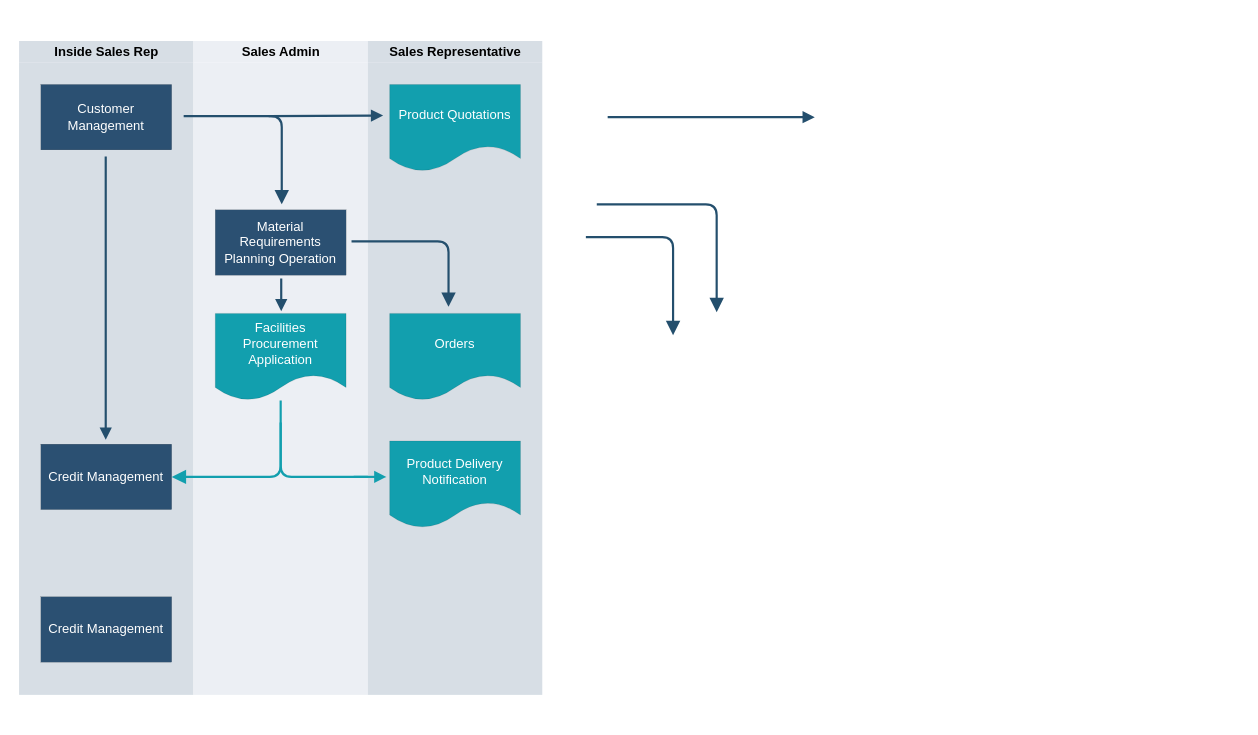
Before: Untitled Diagram.drawio in faridulccr/calculator, a draw.io diagram. Source tidied: cells renumbered, new cells numbered last; positions are measured from the earlier drawing's top-left corner, leaving out a move shared by most shapes. Both pictures are drawn from the tidied source at 109%, with x=0, y=0 at pixel (19, 19).
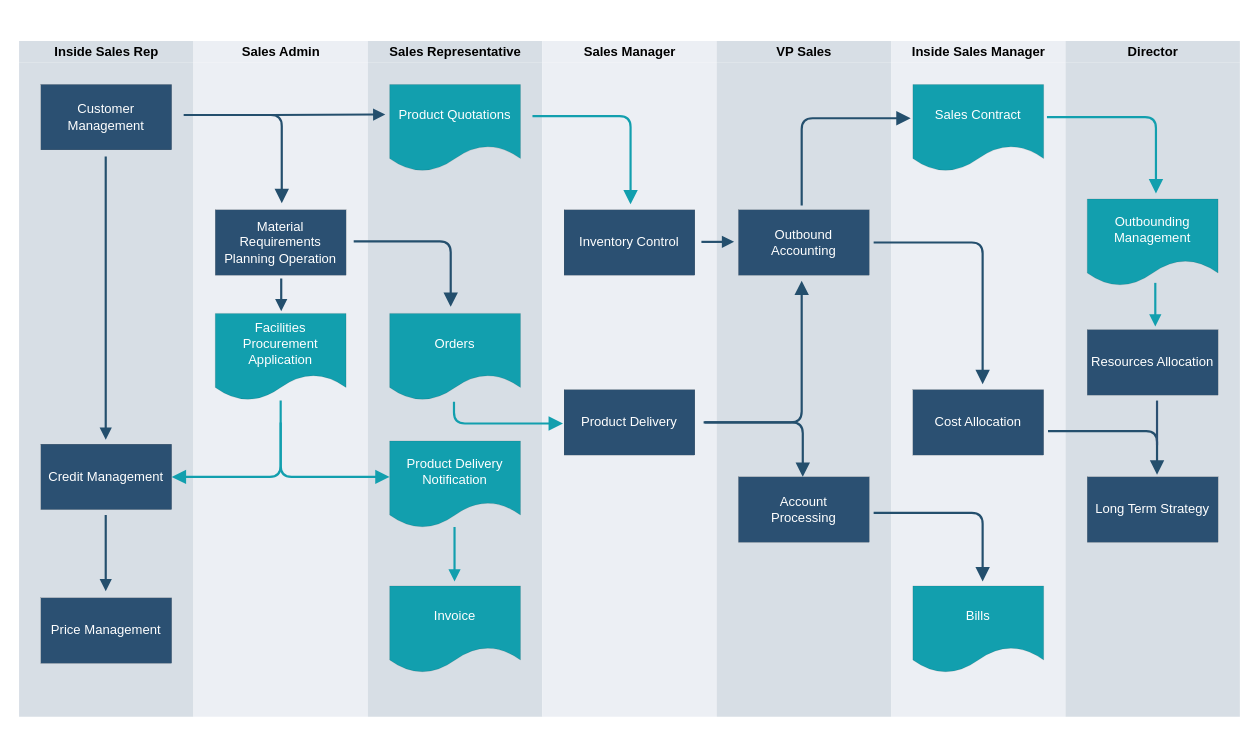
After the change.

Change to the diagram source:
```diff
@@
-    <mxCell id="2" style="swimlane;startSize=20;html=1;fillColor=#fff;strokeWidth=0;strokeColor=none;" parent="1" vertex="1">
-      <mxGeometry width="480" height="640" as="geometry" />
+    <mxCell id="2" style="swimlane;startSize=20;html=1;fillColor=#fff;strokeWidth=0;strokeColor=none;fillStyle=dots;" parent="1" vertex="1">
+      <mxGeometry width="1120" height="640" as="geometry" />
     </mxCell>
-    <mxCell id="3" value="Inside Sales Rep" style="swimlane;startSize=20;html=1;fillColor=#D7DEE5;strokeWidth=0;strokeColor=none;" parent="2" vertex="1">
+    <mxCell id="3" value="Inside Sales Rep" style="swimlane;startSize=20;html=1;fillColor=#D7DEE5;strokeWidth=0;strokeColor=none;swimlaneFillColor=#D7DEE5;" parent="2" vertex="1">
       <mxGeometry y="20" width="160" height="620" as="geometry" />
     </mxCell>
-    <mxCell id="4" style="rounded=0;whiteSpace=wrap;html=1;fontFamily=Helvetica;fontSize=11;fontColor=default;strokeColor=none;fillColor=#D7DEE5;strokeWidth=0;" parent="3" vertex="1">
-      <mxGeometry y="20" width="160" height="580" as="geometry" />
-    </mxCell>
@@
-    <mxCell id="7" value="&lt;font color=&quot;#ffffff&quot;&gt;Credit Management&lt;/font&gt;" style="rounded=0;whiteSpace=wrap;html=1;strokeWidth=0;perimeterSpacing=0;shadow=0;glass=0;imageWidth=20;fillColor=#2B5072;fillStyle=auto;" parent="3" vertex="1">
-      <mxGeometry x="20" y="510" width="120" height="60" as="geometry" />
+    <mxCell id="7" value="&lt;font color=&quot;#ffffff&quot;&gt;Price Management&lt;/font&gt;" style="rounded=0;whiteSpace=wrap;html=1;strokeWidth=0;perimeterSpacing=0;shadow=0;glass=0;imageWidth=20;fillColor=#2B5072;fillStyle=auto;" parent="3" vertex="1">
+      <mxGeometry x="20" y="511" width="120" height="60" as="geometry" />
     </mxCell>
+    <mxCell id="28" style="endArrow=block;html=1;rounded=0;labelBackgroundColor=default;strokeColor=#244F6D;strokeWidth=2;align=center;verticalAlign=middle;fontFamily=Helvetica;fontSize=11;fontColor=default;shape=connector;jumpStyle=none;endFill=1;" parent="3" edge="1">
+      <mxGeometry relative="1" as="geometry">
+        <mxPoint x="79.5" y="435" as="sourcePoint" />
+        <mxPoint x="79.5" y="505" as="targetPoint" />
+      </mxGeometry>
+    </mxCell>
-    <mxCell id="8" value="Sales Admin" style="swimlane;startSize=20;html=1;fillColor=#ECEFF4;strokeWidth=0;strokeColor=none;" parent="2" vertex="1">
+    <mxCell id="8" value="Sales Admin" style="swimlane;startSize=20;html=1;fillColor=#ECEFF4;strokeWidth=0;strokeColor=none;swimlaneFillColor=#ECEFF4;" parent="2" vertex="1">
       <mxGeometry x="160" y="20" width="160" height="620" as="geometry" />
     </mxCell>
-    <mxCell id="9" style="rounded=0;whiteSpace=wrap;html=1;fontFamily=Helvetica;fontSize=11;fillColor=#ECEFF4;strokeColor=none;strokeWidth=0;" parent="8" vertex="1">
-      <mxGeometry y="20" width="160" height="580" as="geometry" />
-    </mxCell>
     <mxCell id="10" style="edgeStyle=segmentEdgeStyle;endArrow=none;html=1;endSize=8;startSize=8;labelBackgroundColor=default;strokeColor=#244F6D;strokeWidth=2;align=center;verticalAlign=middle;fontFamily=Helvetica;fontSize=11;fontColor=default;shape=connector;jumpStyle=none;rounded=1;endFill=0;startArrow=block;startFill=1;" parent="8" edge="1">
       <mxGeometry relative="1" as="geometry">
-        <mxPoint x="81" y="150" as="sourcePoint" />
-        <mxPoint x="-9" y="69" as="targetPoint" />
+        <mxPoint x="81" y="149" as="sourcePoint" />
+        <mxPoint x="-9" y="68" as="targetPoint" />
         <Array as="points">
-          <mxPoint x="81" y="69" />
+          <mxPoint x="81" y="68" />
         </Array>
       </mxGeometry>
     </mxCell>
@@
-    <mxCell id="14" style="edgeStyle=segmentEdgeStyle;endArrow=block;html=1;endSize=8;startSize=8;labelBackgroundColor=default;strokeColor=#129FAE;strokeWidth=2;align=center;verticalAlign=middle;fontFamily=Helvetica;fontSize=11;fontColor=default;shape=connector;jumpStyle=none;rounded=1;endFill=1;startArrow=none;startFill=0;" parent="8" edge="1">
-      <mxGeometry relative="1" as="geometry">
-        <mxPoint x="80" y="350" as="sourcePoint" />
-        <mxPoint x="180" y="400" as="targetPoint" />
-        <Array as="points">
-          <mxPoint x="80" y="400" />
-        </Array>
-      </mxGeometry>
-    </mxCell>
-    <mxCell id="15" value="Sales Representative" style="swimlane;startSize=20;html=1;strokeWidth=0;strokeColor=none;fillColor=#D7DEE5;" parent="2" vertex="1">
+    <mxCell id="15" value="Sales Representative" style="swimlane;startSize=20;html=1;strokeWidth=0;strokeColor=none;fillColor=#D7DEE5;swimlaneFillColor=#D7DEE5;" parent="2" vertex="1">
       <mxGeometry x="320" y="20" width="160" height="620" as="geometry" />
     </mxCell>
-    <mxCell id="16" style="rounded=0;whiteSpace=wrap;html=1;fontFamily=Helvetica;fontSize=11;fontColor=default;strokeWidth=0;strokeColor=none;fillColor=#D7DEE5;" parent="15" vertex="1">
-      <mxGeometry y="20" width="160" height="580" as="geometry" />
-    </mxCell>
@@
-    <mxCell id="19" style="edgeStyle=segmentEdgeStyle;endArrow=none;html=1;endSize=8;startSize=8;labelBackgroundColor=default;strokeColor=#244F6D;strokeWidth=2;align=center;verticalAlign=middle;fontFamily=Helvetica;fontSize=11;fontColor=default;shape=connector;jumpStyle=none;rounded=1;endFill=0;startArrow=block;startFill=1;" parent="1" edge="1">
-      <mxGeometry relative="1" as="geometry">
-        <mxPoint x="640" y="269" as="sourcePoint" />
-        <mxPoint x="530" y="170" as="targetPoint" />
-        <Array as="points">
-          <mxPoint x="640" y="269" />
-          <mxPoint x="640" y="170" />
-        </Array>
-      </mxGeometry>
-    </mxCell>
+    <mxCell id="29" value="&lt;font color=&quot;#ffffff&quot;&gt;Invoice&lt;/font&gt;" style="shape=document;whiteSpace=wrap;html=1;boundedLbl=1;strokeWidth=0;fillColor=#129FAE;align=center;" parent="15" vertex="1">
+      <mxGeometry x="20" y="500" width="120" height="80" as="geometry" />
+    </mxCell>
+    <mxCell id="30" style="endArrow=block;html=1;rounded=0;labelBackgroundColor=default;strokeColor=#129FAE;strokeWidth=2;align=center;verticalAlign=middle;fontFamily=Helvetica;fontSize=11;fontColor=default;shape=connector;jumpStyle=none;endFill=1;" parent="15" edge="1">
+      <mxGeometry relative="1" as="geometry">
+        <mxPoint x="79.5" y="446" as="sourcePoint" />
+        <mxPoint x="79.5" y="496" as="targetPoint" />
+      </mxGeometry>
+    </mxCell>
+    <mxCell id="14" style="edgeStyle=segmentEdgeStyle;endArrow=block;html=1;endSize=8;startSize=8;labelBackgroundColor=default;strokeColor=#129FAE;strokeWidth=2;align=center;verticalAlign=middle;fontFamily=Helvetica;fontSize=11;fontColor=default;shape=connector;jumpStyle=none;rounded=1;endFill=1;startArrow=none;startFill=0;" parent="15" edge="1">
+      <mxGeometry relative="1" as="geometry">
+        <mxPoint x="-80" y="350" as="sourcePoint" />
+        <mxPoint x="20" y="400" as="targetPoint" />
+        <Array as="points">
+          <mxPoint x="-80" y="400" />
+        </Array>
+      </mxGeometry>
+    </mxCell>
+    <mxCell id="31" value="Sales Manager" style="swimlane;startSize=20;html=1;fillColor=#ECEFF4;strokeWidth=0;strokeColor=none;swimlaneFillColor=#ECEFF4;swimlaneLine=0;rounded=0;shadow=0;glass=0;fillStyle=solid;separatorColor=none;swimlaneBody=0;swimlaneHead=0;horizontal=1;fillOpacity=100;strokeOpacity=100;overflow=visible;noLabel=0;labelPadding=0;direction=east;perimeter=rectanglePerimeter;absoluteArcSize=0;" parent="2" vertex="1">
+      <mxGeometry x="480" y="20" width="160" height="620" as="geometry" />
+    </mxCell>
+    <mxCell id="32" style="edgeStyle=segmentEdgeStyle;endArrow=none;html=1;endSize=8;startSize=8;labelBackgroundColor=default;strokeColor=#129FAE;strokeWidth=2;align=center;verticalAlign=middle;fontFamily=Helvetica;fontSize=11;fontColor=default;shape=connector;jumpStyle=none;rounded=1;endFill=0;startArrow=block;startFill=1;" parent="31" edge="1">
+      <mxGeometry relative="1" as="geometry">
+        <mxPoint x="81" y="150" as="sourcePoint" />
+        <mxPoint x="-9" y="69" as="targetPoint" />
+        <Array as="points">
+          <mxPoint x="81" y="69" />
+        </Array>
+      </mxGeometry>
+    </mxCell>
+    <mxCell id="33" value="&lt;font color=&quot;#ffffff&quot;&gt;Inventory Control&lt;/font&gt;" style="rounded=0;whiteSpace=wrap;html=1;strokeWidth=0;perimeterSpacing=0;shadow=0;glass=0;imageWidth=20;fillColor=#2B5072;fillStyle=auto;" parent="31" vertex="1">
+      <mxGeometry x="20" y="155" width="120" height="60" as="geometry" />
+    </mxCell>
+    <mxCell id="34" value="&lt;font color=&quot;#ffffff&quot;&gt;Product Delivery&lt;/font&gt;" style="rounded=0;whiteSpace=wrap;html=1;strokeWidth=0;perimeterSpacing=0;shadow=0;glass=0;imageWidth=20;fillColor=#2B5072;fillStyle=auto;" parent="31" vertex="1">
+      <mxGeometry x="20" y="320" width="120" height="60" as="geometry" />
+    </mxCell>
+    <mxCell id="35" style="edgeStyle=segmentEdgeStyle;endArrow=none;html=1;endSize=8;startSize=8;labelBackgroundColor=default;strokeColor=#129FAE;strokeWidth=2;align=center;verticalAlign=middle;fontFamily=Helvetica;fontSize=11;fontColor=default;shape=connector;jumpStyle=none;rounded=1;endFill=0;startArrow=block;startFill=1;" parent="31" edge="1">
+      <mxGeometry relative="1" as="geometry">
+        <mxPoint x="19" y="351" as="sourcePoint" />
+        <mxPoint x="-81" y="331" as="targetPoint" />
+      </mxGeometry>
+    </mxCell>
+    <mxCell id="36" value="VP Sales" style="swimlane;startSize=20;html=1;strokeWidth=0;strokeColor=none;fillColor=#D7DEE5;swimlaneFillColor=#D7DEE5;" parent="2" vertex="1">
+      <mxGeometry x="640" y="20" width="160" height="620" as="geometry" />
+    </mxCell>
+    <mxCell id="37" value="&lt;font style=&quot;font-size: 12px;&quot; color=&quot;#ffffff&quot;&gt;Outbound&lt;br&gt;Accounting&lt;/font&gt;" style="rounded=0;whiteSpace=wrap;html=1;strokeWidth=0;perimeterSpacing=0;shadow=0;glass=0;imageWidth=20;fillColor=#2B5072;fillStyle=auto;" parent="36" vertex="1">
+      <mxGeometry x="20" y="155" width="120" height="60" as="geometry" />
+    </mxCell>
+    <mxCell id="38" value="&lt;font color=&quot;#ffffff&quot;&gt;Account&lt;br&gt;Processing&lt;br&gt;&lt;/font&gt;" style="rounded=0;whiteSpace=wrap;html=1;strokeWidth=0;perimeterSpacing=0;shadow=0;glass=0;imageWidth=20;fillColor=#2B5072;fillStyle=auto;" parent="36" vertex="1">
+      <mxGeometry x="20" y="400" width="120" height="60" as="geometry" />
+    </mxCell>
+    <mxCell id="39" style="edgeStyle=segmentEdgeStyle;endArrow=none;html=1;endSize=8;startSize=8;labelBackgroundColor=default;strokeColor=#244F6D;strokeWidth=2;align=center;verticalAlign=middle;fontFamily=Helvetica;fontSize=11;fontColor=default;shape=connector;jumpStyle=none;rounded=1;endFill=0;startArrow=block;startFill=1;" parent="36" edge="1">
+      <mxGeometry relative="1" as="geometry">
+        <mxPoint x="78" y="220" as="sourcePoint" />
+        <mxPoint x="-12" y="350" as="targetPoint" />
+        <Array as="points">
+          <mxPoint x="78" y="350" />
+        </Array>
+      </mxGeometry>
+    </mxCell>
+    <mxCell id="40" style="edgeStyle=segmentEdgeStyle;endArrow=none;html=1;endSize=8;startSize=8;labelBackgroundColor=default;strokeColor=#244F6D;strokeWidth=2;align=center;verticalAlign=middle;fontFamily=Helvetica;fontSize=11;fontColor=default;shape=connector;jumpStyle=none;rounded=1;endFill=0;startArrow=block;startFill=1;" parent="36" edge="1">
+      <mxGeometry relative="1" as="geometry">
+        <mxPoint x="79" y="400" as="sourcePoint" />
+        <mxPoint x="-11" y="350" as="targetPoint" />
+        <Array as="points">
+          <mxPoint x="79" y="350" />
+        </Array>
+      </mxGeometry>
+    </mxCell>
+    <mxCell id="41" value="Inside Sales Manager" style="swimlane;startSize=20;html=1;fillColor=#ECEFF4;strokeWidth=0;strokeColor=none;swimlaneFillColor=#ECEFF4;" parent="2" vertex="1">
+      <mxGeometry x="800" y="20" width="160" height="620" as="geometry" />
+    </mxCell>
+    <mxCell id="42" value="&lt;font color=&quot;#ffffff&quot;&gt;Cost Allocation&lt;/font&gt;" style="rounded=0;whiteSpace=wrap;html=1;strokeWidth=0;perimeterSpacing=0;shadow=0;glass=0;imageWidth=20;fillColor=#2B5072;fillStyle=auto;" parent="41" vertex="1">
+      <mxGeometry x="20" y="320" width="120" height="60" as="geometry" />
+    </mxCell>
+    <mxCell id="43" value="&lt;font color=&quot;#ffffff&quot;&gt;Bills&lt;br&gt;&lt;/font&gt;" style="shape=document;whiteSpace=wrap;html=1;boundedLbl=1;strokeWidth=0;fillColor=#129FAE;" parent="41" vertex="1">
+      <mxGeometry x="20" y="500" width="120" height="80" as="geometry" />
+    </mxCell>
+    <mxCell id="44" style="endArrow=block;html=1;rounded=0;labelBackgroundColor=default;strokeColor=#244F6D;strokeWidth=2;align=center;verticalAlign=middle;fontFamily=Helvetica;fontSize=11;fontColor=default;shape=connector;jumpStyle=none;endFill=1;" parent="41" edge="1">
+      <mxGeometry relative="1" as="geometry">
+        <mxPoint x="-174" y="184.4" as="sourcePoint" />
+        <mxPoint x="-144" y="184.4" as="targetPoint" />
+      </mxGeometry>
+    </mxCell>
+    <mxCell id="45" value="&lt;font color=&quot;#ffffff&quot;&gt;Sales Contract&lt;/font&gt;" style="shape=document;whiteSpace=wrap;html=1;boundedLbl=1;strokeWidth=0;fillColor=#129FAE;" parent="41" vertex="1">
+      <mxGeometry x="20" y="40" width="120" height="80" as="geometry" />
+    </mxCell>
+    <mxCell id="46" style="edgeStyle=segmentEdgeStyle;endArrow=none;html=1;rounded=1;endSize=8;startSize=8;labelBackgroundColor=default;strokeColor=#244F6D;strokeWidth=2;align=center;verticalAlign=middle;fontFamily=Helvetica;fontSize=11;fontColor=default;shape=connector;jumpStyle=none;endFill=0;startArrow=block;startFill=1;" parent="41" edge="1">
+      <mxGeometry relative="1" as="geometry">
+        <mxPoint x="18" y="71" as="sourcePoint" />
+        <mxPoint x="-82" y="151" as="targetPoint" />
+      </mxGeometry>
+    </mxCell>
+    <mxCell id="47" style="edgeStyle=segmentEdgeStyle;endArrow=none;html=1;endSize=8;startSize=8;labelBackgroundColor=default;strokeColor=#244F6D;strokeWidth=2;align=center;verticalAlign=middle;fontFamily=Helvetica;fontSize=11;fontColor=default;shape=connector;jumpStyle=none;rounded=1;endFill=0;startArrow=block;startFill=1;" parent="41" edge="1">
+      <mxGeometry relative="1" as="geometry">
+        <mxPoint x="84" y="315" as="sourcePoint" />
+        <mxPoint x="-16" y="185" as="targetPoint" />
+        <Array as="points">
+          <mxPoint x="84" y="185" />
+        </Array>
+      </mxGeometry>
+    </mxCell>
-    <mxCell id="20" style="edgeStyle=segmentEdgeStyle;endArrow=none;html=1;endSize=8;startSize=8;labelBackgroundColor=default;strokeColor=#244F6D;strokeWidth=2;align=center;verticalAlign=middle;fontFamily=Helvetica;fontSize=11;fontColor=default;shape=connector;jumpStyle=none;rounded=1;endFill=0;startArrow=block;startFill=1;" parent="1" edge="1">
+    <mxCell id="20" style="edgeStyle=segmentEdgeStyle;endArrow=none;html=1;endSize=8;startSize=8;labelBackgroundColor=default;strokeColor=#244F6D;strokeWidth=2;align=center;verticalAlign=middle;fontFamily=Helvetica;fontSize=11;fontColor=default;shape=connector;jumpStyle=none;rounded=1;endFill=0;startArrow=block;startFill=1;" parent="41" edge="1">
       <mxGeometry relative="1" as="geometry">
-        <mxPoint x="600" y="290" as="sourcePoint" />
-        <mxPoint x="520" y="200" as="targetPoint" />
+        <mxPoint x="84" y="496" as="sourcePoint" />
+        <mxPoint x="-16" y="433" as="targetPoint" />
         <Array as="points">
-          <mxPoint x="600" y="200" />
+          <mxPoint x="84" y="433" />
         </Array>
       </mxGeometry>
     </mxCell>
+    <mxCell id="48" value="Director" style="swimlane;startSize=20;html=1;strokeWidth=0;strokeColor=none;fillColor=#D7DEE5;swimlaneFillColor=#D7DEE5;" parent="2" vertex="1">
+      <mxGeometry x="960" y="20" width="160" height="620" as="geometry" />
+    </mxCell>
+    <mxCell id="49" value="&lt;font color=&quot;#ffffff&quot;&gt;Outbounding Management&lt;/font&gt;" style="shape=document;whiteSpace=wrap;html=1;boundedLbl=1;strokeWidth=0;fillColor=#129FAE;" parent="48" vertex="1">
+      <mxGeometry x="20" y="145" width="120" height="80" as="geometry" />
+    </mxCell>
+    <mxCell id="50" value="&lt;font color=&quot;#ffffff&quot;&gt;Resources Allocation&lt;/font&gt;" style="rounded=0;whiteSpace=wrap;html=1;strokeWidth=0;perimeterSpacing=0;shadow=0;glass=0;imageWidth=20;fillColor=#2B5072;fillStyle=auto;" parent="48" vertex="1">
+      <mxGeometry x="20" y="265" width="120" height="60" as="geometry" />
+    </mxCell>
+    <mxCell id="51" value="&lt;font color=&quot;#ffffff&quot;&gt;Long Term Strategy&lt;/font&gt;" style="rounded=0;whiteSpace=wrap;html=1;strokeWidth=0;perimeterSpacing=0;shadow=0;glass=0;imageWidth=20;fillColor=#2B5072;fillStyle=auto;" parent="48" vertex="1">
+      <mxGeometry x="20" y="400" width="120" height="60" as="geometry" />
+    </mxCell>
+    <mxCell id="52" style="edgeStyle=segmentEdgeStyle;endArrow=none;html=1;endSize=8;startSize=8;labelBackgroundColor=default;strokeColor=#129FAE;strokeWidth=2;align=center;verticalAlign=middle;fontFamily=Helvetica;fontSize=11;fontColor=default;shape=connector;jumpStyle=none;rounded=1;endFill=0;startArrow=block;startFill=1;" parent="48" edge="1">
+      <mxGeometry relative="1" as="geometry">
+        <mxPoint x="83" y="140" as="sourcePoint" />
+        <mxPoint x="-17" y="70" as="targetPoint" />
+        <Array as="points">
+          <mxPoint x="83" y="70" />
+        </Array>
+      </mxGeometry>
+    </mxCell>
-    <mxCell id="21" style="endArrow=block;html=1;rounded=0;labelBackgroundColor=default;strokeColor=#244F6D;strokeWidth=2;align=center;verticalAlign=middle;fontFamily=Helvetica;fontSize=11;fontColor=default;shape=connector;jumpStyle=none;endFill=1;" parent="1" edge="1">
+    <mxCell id="21" style="endArrow=block;html=1;rounded=0;labelBackgroundColor=default;strokeColor=#129FAE;strokeWidth=2;align=center;verticalAlign=middle;fontFamily=Helvetica;fontSize=11;fontColor=default;shape=connector;jumpStyle=none;endFill=1;" parent="48" edge="1">
       <mxGeometry relative="1" as="geometry">
-        <mxPoint x="540" y="90" as="sourcePoint" />
-        <mxPoint x="730" y="90" as="targetPoint" />
+        <mxPoint x="82.4" y="222" as="sourcePoint" />
+        <mxPoint x="82.4" y="262" as="targetPoint" />
       </mxGeometry>
     </mxCell>
+    <mxCell id="53" style="edgeStyle=segmentEdgeStyle;endArrow=none;html=1;endSize=8;startSize=8;labelBackgroundColor=default;strokeColor=#244F6D;strokeWidth=2;align=center;verticalAlign=middle;fontFamily=Helvetica;fontSize=11;fontColor=default;shape=connector;jumpStyle=none;rounded=1;endFill=0;startArrow=block;startFill=1;" parent="48" edge="1">
+      <mxGeometry relative="1" as="geometry">
+        <mxPoint x="84" y="398" as="sourcePoint" />
+        <mxPoint x="-16" y="358" as="targetPoint" />
+        <Array as="points">
+          <mxPoint x="84" y="358" />
+        </Array>
+      </mxGeometry>
+    </mxCell>
     <mxCell id="22" style="endArrow=block;html=1;rounded=0;labelBackgroundColor=default;strokeColor=#244F6D;strokeWidth=2;align=center;verticalAlign=middle;fontFamily=Helvetica;fontSize=11;fontColor=default;shape=connector;jumpStyle=none;endFill=1;" parent="1" edge="1">
       <mxGeometry relative="1" as="geometry">
-        <mxPoint x="229" y="89" as="sourcePoint" />
-        <mxPoint x="334" y="88.5" as="targetPoint" />
+        <mxPoint x="231" y="88" as="sourcePoint" />
+        <mxPoint x="336" y="87.5" as="targetPoint" />
       </mxGeometry>
     </mxCell>
@@
     <mxCell id="24" style="edgeStyle=segmentEdgeStyle;endArrow=none;html=1;endSize=8;startSize=8;labelBackgroundColor=default;strokeColor=#244F6D;strokeWidth=2;align=center;verticalAlign=middle;fontFamily=Helvetica;fontSize=11;fontColor=default;shape=connector;jumpStyle=none;rounded=1;endFill=0;startArrow=block;startFill=1;" parent="1" edge="1">
       <mxGeometry relative="1" as="geometry">
-        <mxPoint x="394" y="264" as="sourcePoint" />
-        <mxPoint x="305" y="204" as="targetPoint" />
+        <mxPoint x="396" y="264" as="sourcePoint" />
+        <mxPoint x="307" y="204" as="targetPoint" />
         <Array as="points">
-          <mxPoint x="394" y="204" />
+          <mxPoint x="396" y="204" />
         </Array>
       </mxGeometry>
     </mxCell>
@@
-    <mxCell id="26" style="endArrow=block;html=1;rounded=0;labelBackgroundColor=default;strokeColor=#129FAE;strokeWidth=2;align=center;verticalAlign=middle;fontFamily=Helvetica;fontSize=11;fontColor=default;shape=connector;jumpStyle=none;endFill=1;" parent="1" edge="1">
-      <mxGeometry relative="1" as="geometry">
-        <mxPoint x="307" y="420" as="sourcePoint" />
-        <mxPoint x="337" y="420" as="targetPoint" />
-      </mxGeometry>
-    </mxCell>
@@
+    <mxCell id="54" style="endArrow=none;html=1;rounded=0;labelBackgroundColor=default;strokeColor=#2B5072;strokeWidth=2;align=center;verticalAlign=middle;fontFamily=Helvetica;fontSize=11;fontColor=default;shape=connector;jumpStyle=none;endFill=0;" parent="1" edge="1">
+      <mxGeometry relative="1" as="geometry">
+        <mxPoint x="1044" y="350" as="sourcePoint" />
+        <mxPoint x="1044" y="391" as="targetPoint" />
+      </mxGeometry>
+    </mxCell>
```
